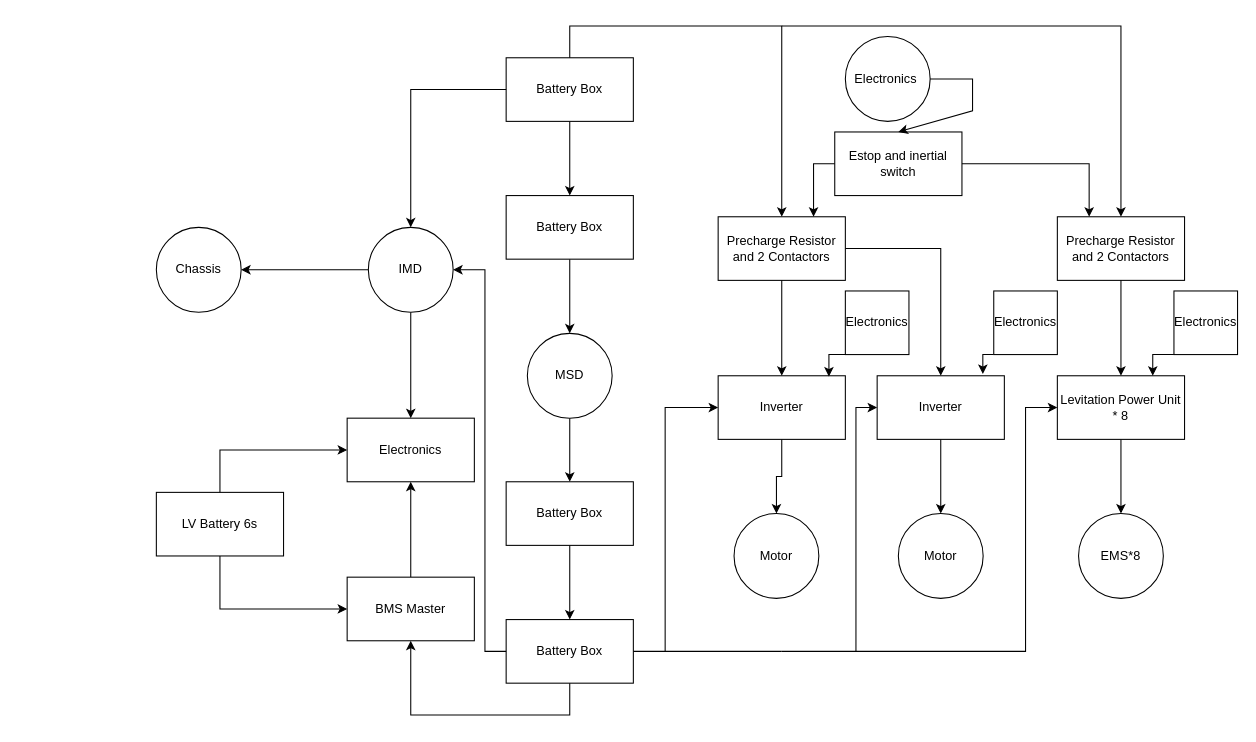
The draw.io diagram Vegapod 24/High Voltage System.drawio in sakshamgupta2004/VegapodAll, before the edit. Source tidied: cells renumbered, new cells numbered last; positions are measured from the earlier drawing's top-left corner, leaving out a move shared by most shapes. Both pictures are drawn from the tidied source at 106%, with x=0, y=0 at pixel (156, 25).
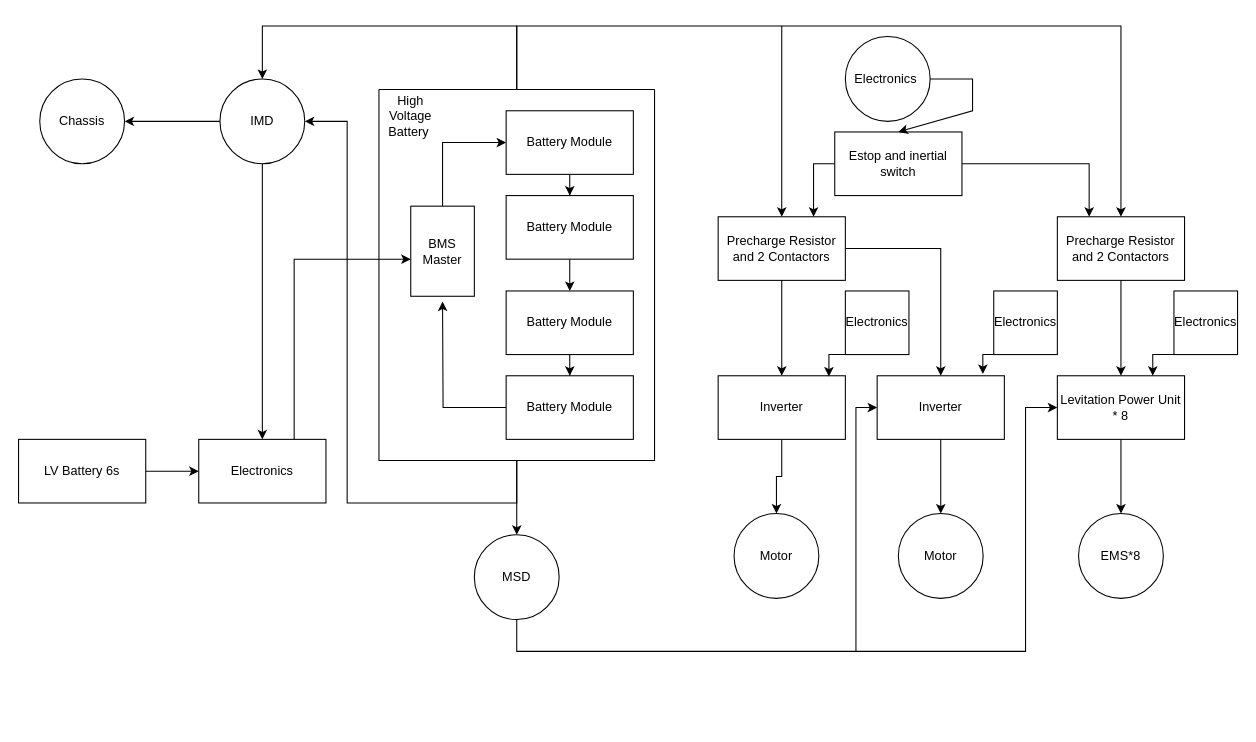
The same page after the edit.

Unchanged cells that the change refers to:
```xml
<mxCell id="11" value="Precharge Resistor and 2 Contactors" style="rounded=0;whiteSpace=wrap;html=1;" parent="1" vertex="1">
  <mxGeometry x="530" y="180" width="120" height="60" as="geometry" />
</mxCell>
<mxCell id="21" value="Inverter" style="rounded=0;whiteSpace=wrap;html=1;" parent="1" vertex="1">
  <mxGeometry x="530" y="330" width="120" height="60" as="geometry" />
</mxCell>
<mxCell id="26" value="Levitation Power Unit&lt;br&gt;* 8" style="rounded=0;whiteSpace=wrap;html=1;" parent="1" vertex="1">
  <mxGeometry x="850" y="330" width="120" height="60" as="geometry" />
</mxCell>
```

What changed in the source:
```diff
@@
-    <mxCell id="2" style="edgeStyle=orthogonalEdgeStyle;rounded=0;jettySize=auto;html=1;" parent="1" edge="1" source="3" target="7">
-      <mxGeometry relative="1" as="geometry" />
-    </mxCell>
+    <mxCell id="54" style="edgeStyle=orthogonalEdgeStyle;rounded=0;jettySize=auto;html=1;exitX=0.5;exitY=1;exitDx=0;exitDy=0;entryX=0.5;entryY=0;entryDx=0;entryDy=0;" parent="1" edge="1" source="3" target="9">
+      <mxGeometry relative="1" as="geometry" />
+    </mxCell>
-    <mxCell id="3" value="Battery Box" style="rounded=0;whiteSpace=wrap;html=1;" parent="1" vertex="1">
+    <mxCell id="3" value="Battery Module" style="rounded=0;whiteSpace=wrap;html=1;" parent="1" vertex="1">
       <mxGeometry x="330" y="160" width="120" height="60" as="geometry" />
     </mxCell>
@@
-    <mxCell id="5" value="Battery Box" style="rounded=0;whiteSpace=wrap;html=1;" parent="1" vertex="1">
-      <mxGeometry x="330" y="30" width="120" height="60" as="geometry" />
+    <mxCell id="5" value="Battery Module" style="rounded=0;whiteSpace=wrap;html=1;" parent="1" vertex="1">
+      <mxGeometry x="330" y="80" width="120" height="60" as="geometry" />
     </mxCell>
-    <mxCell id="6" style="edgeStyle=orthogonalEdgeStyle;rounded=0;jettySize=auto;html=1;" parent="1" edge="1" source="7" target="9">
-      <mxGeometry relative="1" as="geometry" />
-    </mxCell>
-    <mxCell id="7" value="MSD" style="ellipse;whiteSpace=wrap;html=1;rounded=0;" parent="1" vertex="1">
-      <mxGeometry x="350" y="290" width="80" height="80" as="geometry" />
-    </mxCell>
@@
-    <mxCell id="9" value="Battery Box" style="rounded=0;whiteSpace=wrap;html=1;" parent="1" vertex="1">
-      <mxGeometry x="330" y="430" width="120" height="60" as="geometry" />
+    <mxCell id="9" value="Battery Module" style="rounded=0;whiteSpace=wrap;html=1;" parent="1" vertex="1">
+      <mxGeometry x="330" y="250" width="120" height="60" as="geometry" />
     </mxCell>
+    <mxCell id="55" style="edgeStyle=orthogonalEdgeStyle;rounded=0;jettySize=auto;html=1;exitX=0;exitY=0.5;exitDx=0;exitDy=0;" parent="1" edge="1" source="10">
+      <mxGeometry relative="1" as="geometry">
+        <mxPoint x="270" y="260" as="targetPoint" />
+      </mxGeometry>
+    </mxCell>
-    <mxCell id="10" value="Battery Box" style="rounded=0;whiteSpace=wrap;html=1;" parent="1" vertex="1">
-      <mxGeometry x="330" y="560" width="120" height="60" as="geometry" />
+    <mxCell id="10" value="Battery Module" style="rounded=0;whiteSpace=wrap;html=1;" parent="1" vertex="1">
+      <mxGeometry x="330" y="330" width="120" height="60" as="geometry" />
     </mxCell>
@@
-    <mxCell id="12" style="endArrow=classic;html=1;rounded=0;entryX=0.5;entryY=0;entryDx=0;entryDy=0;exitX=0.5;exitY=0;exitDx=0;exitDy=0;" parent="1" edge="1" source="5" target="11">
+    <mxCell id="12" style="endArrow=classic;html=1;rounded=0;entryX=0.5;entryY=0;entryDx=0;entryDy=0;exitX=0.5;exitY=0;exitDx=0;exitDy=0;" parent="1" edge="1" source="61" target="11">
       <mxGeometry relative="1" as="geometry">
         <Array as="points">
-          <mxPoint x="390" />
+          <mxPoint x="340" />
           <mxPoint x="590" />
         </Array>
       </mxGeometry>
     </mxCell>
-    <mxCell id="13" style="endArrow=classic;html=1;rounded=0;exitX=0.5;exitY=1;exitDx=0;exitDy=0;" parent="1" edge="1" source="10" target="15">
-      <mxGeometry relative="1" as="geometry">
-        <Array as="points">
-          <mxPoint x="390" y="650" />
-          <mxPoint x="240" y="650" />
-        </Array>
-      </mxGeometry>
-    </mxCell>
-    <mxCell id="14" style="edgeStyle=orthogonalEdgeStyle;rounded=0;jettySize=auto;html=1;" parent="1" edge="1" source="15" target="16">
-      <mxGeometry relative="1" as="geometry" />
-    </mxCell>
+    <mxCell id="56" style="edgeStyle=orthogonalEdgeStyle;rounded=0;jettySize=auto;html=1;exitX=0.5;exitY=0;exitDx=0;exitDy=0;entryX=0;entryY=0.5;entryDx=0;entryDy=0;" parent="1" edge="1" source="15" target="5">
+      <mxGeometry relative="1" as="geometry" />
+    </mxCell>
     <mxCell id="15" value="BMS Master" style="rounded=0;whiteSpace=wrap;html=1;" parent="1" vertex="1">
-      <mxGeometry x="180" y="520" width="120" height="60" as="geometry" />
+      <mxGeometry x="240" y="170" width="60" height="85" as="geometry" />
     </mxCell>
+    <mxCell id="57" style="edgeStyle=orthogonalEdgeStyle;rounded=0;orthogonalLoop=1;jettySize=auto;html=1;exitX=0.75;exitY=0;exitDx=0;exitDy=0;entryX=0;entryY=0.5;entryDx=0;entryDy=0;" parent="1" edge="1">
+      <mxGeometry relative="1" as="geometry">
+        <mxPoint x="130" y="397.5" as="sourcePoint" />
+        <mxPoint x="240" y="220" as="targetPoint" />
+        <Array as="points">
+          <mxPoint x="130" y="219.5" />
+        </Array>
+      </mxGeometry>
+    </mxCell>
     <mxCell id="16" value="Electronics" style="rounded=0;whiteSpace=wrap;html=1;" parent="1" vertex="1">
-      <mxGeometry x="180" y="370" width="120" height="60" as="geometry" />
+      <mxGeometry x="40" y="390" width="120" height="60" as="geometry" />
     </mxCell>
     <mxCell id="17" value="LV Battery 6s" style="rounded=0;whiteSpace=wrap;html=1;" parent="1" vertex="1">
-      <mxGeometry y="440" width="120" height="60" as="geometry" />
+      <mxGeometry x="-130" y="390" width="120" height="60" as="geometry" />
     </mxCell>
-    <mxCell id="18" style="endArrow=classic;html=1;rounded=0;exitX=0.5;exitY=1;exitDx=0;exitDy=0;entryX=0;entryY=0.5;entryDx=0;entryDy=0;" parent="1" edge="1" source="17" target="15">
-      <mxGeometry relative="1" as="geometry">
-        <Array as="points">
-          <mxPoint x="60" y="550" />
-        </Array>
-      </mxGeometry>
-    </mxCell>
-    <mxCell id="19" style="endArrow=classic;html=1;rounded=0;exitX=0.5;exitY=0;exitDx=0;exitDy=0;entryX=0;entryY=0.5;entryDx=0;entryDy=0;" parent="1" edge="1" source="17" target="16">
-      <mxGeometry relative="1" as="geometry">
-        <Array as="points">
-          <mxPoint x="60" y="400" />
-        </Array>
-      </mxGeometry>
+    <mxCell id="19" style="endArrow=classic;html=1;rounded=0;entryX=0;entryY=0.5;entryDx=0;entryDy=0;exitX=1;exitY=0.5;exitDx=0;exitDy=0;" parent="1" edge="1" source="17" target="16">
+      <mxGeometry relative="1" as="geometry" />
     </mxCell>
@@
-    <mxCell id="22" style="endArrow=classic;html=1;rounded=0;exitX=1;exitY=0.5;exitDx=0;exitDy=0;entryX=0;entryY=0.5;entryDx=0;entryDy=0;" parent="1" edge="1" source="10" target="21">
-      <mxGeometry relative="1" as="geometry">
-        <Array as="points">
-          <mxPoint x="590" y="590" />
-          <mxPoint x="480" y="590" />
-          <mxPoint x="480" y="360" />
-        </Array>
-      </mxGeometry>
-    </mxCell>
@@
-    <mxCell id="32" style="endArrow=classic;html=1;rounded=0;entryX=0;entryY=0.5;entryDx=0;entryDy=0;" parent="1" edge="1" target="26">
+    <mxCell id="32" style="endArrow=classic;html=1;rounded=0;entryX=0;entryY=0.5;entryDx=0;entryDy=0;exitX=0.5;exitY=1;exitDx=0;exitDy=0;" parent="1" edge="1" source="7" target="26">
       <mxGeometry relative="1" as="geometry">
-        <mxPoint x="590" y="590" as="sourcePoint" />
         <Array as="points">
+          <mxPoint x="340" y="590" />
           <mxPoint x="820" y="590" />
           <mxPoint x="820" y="360" />
         </Array>
       </mxGeometry>
     </mxCell>
@@
     <mxCell id="36" value="IMD" style="ellipse;whiteSpace=wrap;html=1;" parent="1" vertex="1">
-      <mxGeometry x="200" y="190" width="80" height="80" as="geometry" />
+      <mxGeometry x="60" y="50" width="80" height="80" as="geometry" />
     </mxCell>
-    <mxCell id="37" style="endArrow=classic;html=1;rounded=0;exitX=0;exitY=0.5;exitDx=0;exitDy=0;entryX=0.5;entryY=0;entryDx=0;entryDy=0;" parent="1" edge="1" source="5" target="36">
-      <mxGeometry relative="1" as="geometry">
-        <Array as="points">
-          <mxPoint x="240" y="60" />
-        </Array>
-      </mxGeometry>
-    </mxCell>
-    <mxCell id="38" style="endArrow=classic;html=1;rounded=0;exitX=0;exitY=0.5;exitDx=0;exitDy=0;entryX=1;entryY=0.5;entryDx=0;entryDy=0;" parent="1" edge="1" source="10" target="36">
-      <mxGeometry relative="1" as="geometry">
-        <Array as="points">
-          <mxPoint x="310" y="590" />
-          <mxPoint x="310" y="230" />
-        </Array>
-      </mxGeometry>
-    </mxCell>
     <mxCell id="39" value="Chassis" style="ellipse;whiteSpace=wrap;html=1;" parent="1" vertex="1">
-      <mxGeometry y="190" width="80" height="80" as="geometry" />
+      <mxGeometry x="-110" y="50" width="80" height="80" as="geometry" />
     </mxCell>
@@
+    <mxCell id="58" style="edgeStyle=orthogonalEdgeStyle;rounded=0;jettySize=auto;html=1;" parent="1" edge="1" source="61" target="7">
+      <mxGeometry relative="1" as="geometry" />
+    </mxCell>
+    <mxCell id="59" style="edgeStyle=orthogonalEdgeStyle;rounded=0;jettySize=auto;html=1;exitX=0.5;exitY=0;exitDx=0;exitDy=0;entryX=0.5;entryY=0;entryDx=0;entryDy=0;" parent="1" edge="1" source="61" target="36">
+      <mxGeometry relative="1" as="geometry">
+        <Array as="points">
+          <mxPoint x="340" />
+          <mxPoint x="100" />
+        </Array>
+      </mxGeometry>
+    </mxCell>
+    <mxCell id="60" style="edgeStyle=orthogonalEdgeStyle;rounded=0;jettySize=auto;html=1;entryX=1;entryY=0.5;entryDx=0;entryDy=0;exitX=0.5;exitY=1;exitDx=0;exitDy=0;" parent="1" edge="1" source="61" target="36">
+      <mxGeometry relative="1" as="geometry">
+        <Array as="points">
+          <mxPoint x="340" y="450" />
+          <mxPoint x="180" y="450" />
+          <mxPoint x="180" y="90" />
+        </Array>
+      </mxGeometry>
+    </mxCell>
+    <mxCell id="61" style="swimlane;startSize=0;" parent="1" vertex="1">
+      <mxGeometry x="210" y="60" width="260" height="350" as="geometry" />
+    </mxCell>
+    <mxCell id="62" value="High Voltage Battery&amp;nbsp;" style="text;html=1;align=center;verticalAlign=middle;whiteSpace=wrap;rounded=0;" parent="61" vertex="1">
+      <mxGeometry y="10" width="60" height="30" as="geometry" />
+    </mxCell>
+    <mxCell id="7" value="MSD" style="ellipse;whiteSpace=wrap;html=1;" parent="1" vertex="1">
+      <mxGeometry x="300" y="480" width="80" height="80" as="geometry" />
+    </mxCell>
```
